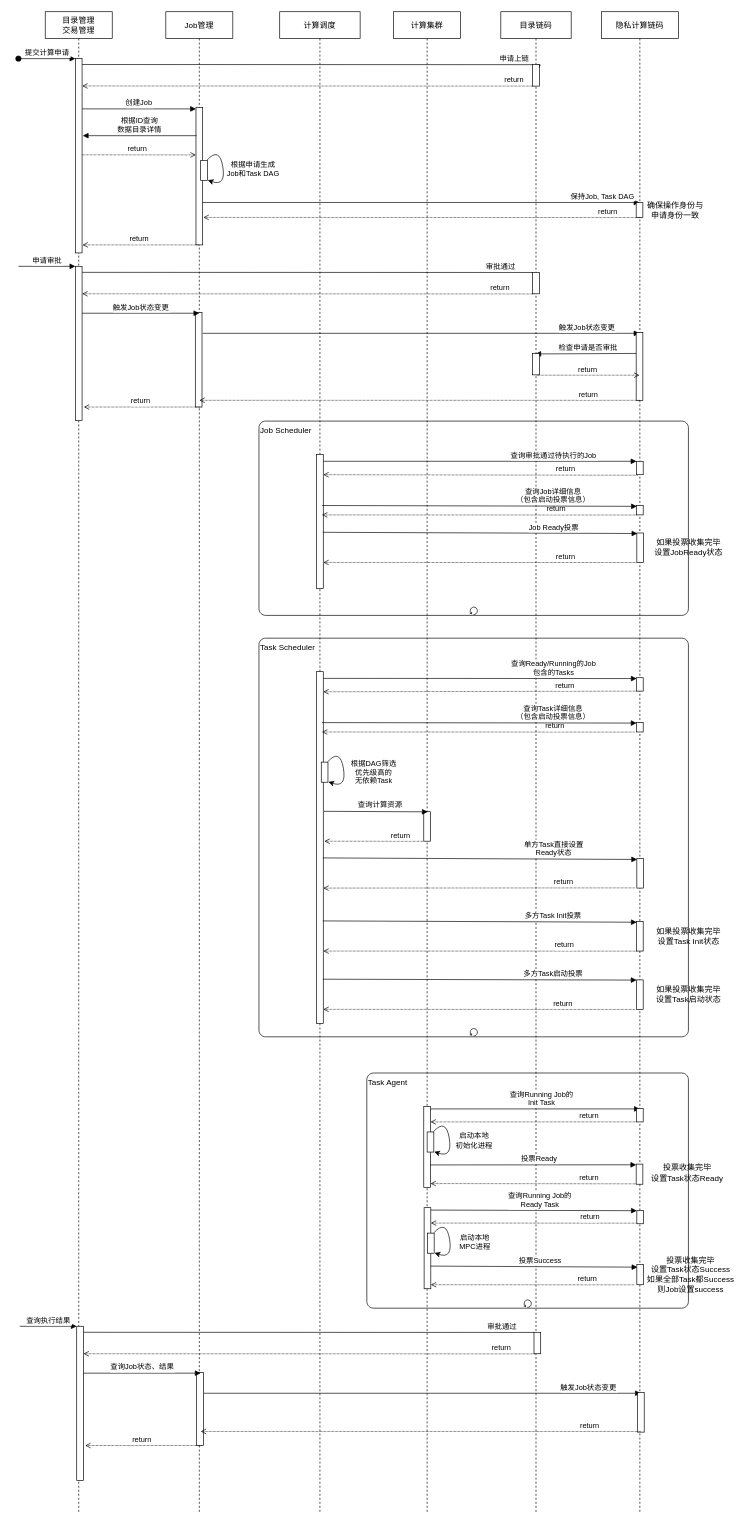
Before: mpc/sequence.drawio in zmmwl/drawio, a draw.io diagram. Source tidied: cells renumbered, new cells numbered last; positions are measured from the earlier drawing's top-left corner, leaving out a move shared by most shapes. Both pictures are drawn from the tidied source at 67%, with x=0, y=0 at pixel (18, 11).
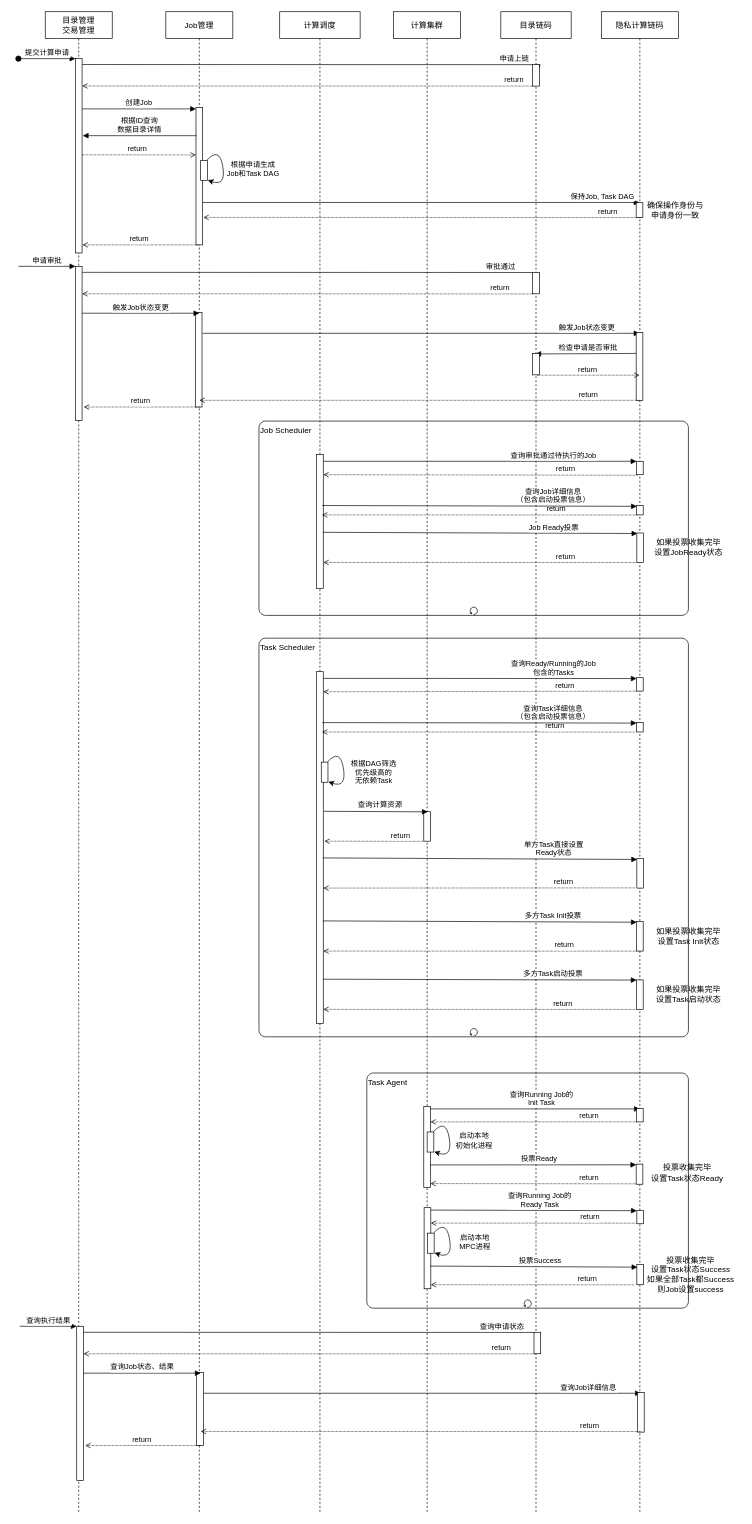
After the change.

What changed in the source:
```diff
@@
-    <mxCell id="97" value="触发Job状态变更" style="verticalAlign=bottom;endArrow=block;shadow=0;strokeWidth=1;" parent="1" edge="1">
+    <mxCell id="97" value="查询Job详细信息" style="verticalAlign=bottom;endArrow=block;shadow=0;strokeWidth=1;" parent="1" edge="1">
       <mxGeometry x="0.76" relative="1" as="geometry">
         <mxPoint x="277" y="2062" as="sourcePoint" />
         <mxPoint x="929" y="2062" as="targetPoint" />
       </mxGeometry>
     </mxCell>
@@
-    <mxCell id="99" value="审批通过" style="verticalAlign=bottom;endArrow=none;shadow=0;strokeWidth=1;exitX=1.012;exitY=0.115;exitDx=0;exitDy=0;exitPerimeter=0;" parent="1" edge="1">
+    <mxCell id="99" value="查询申请状态" style="verticalAlign=bottom;endArrow=none;shadow=0;strokeWidth=1;exitX=1.012;exitY=0.115;exitDx=0;exitDy=0;exitPerimeter=0;" parent="1" edge="1">
       <mxGeometry x="0.86" relative="1" as="geometry">
         <mxPoint x="97.1" y="1971" as="sourcePoint" />
         <mxPoint x="769.5" y="1971.2" as="targetPoint" />
       </mxGeometry>
     </mxCell>
```
